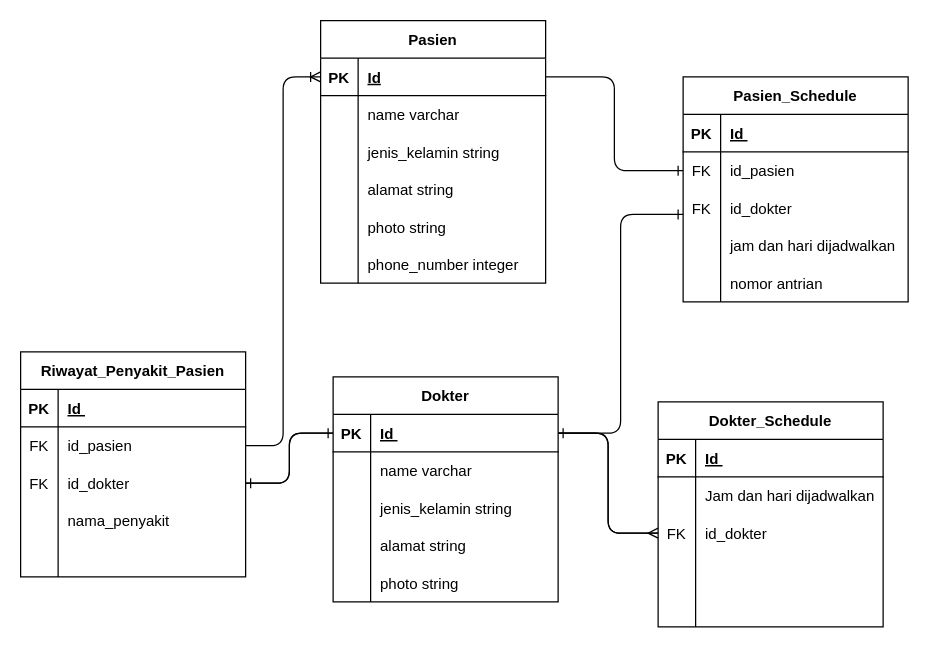
This is schema.drawio from MAG-org/server, a draw.io file, before an edit. Source tidied: cells renumbered, new cells numbered last; positions are measured from the earlier drawing's top-left corner, leaving out a move shared by most shapes. Both pictures are drawn from the tidied source at 125%, with x=0, y=0 at pixel (20, 20).
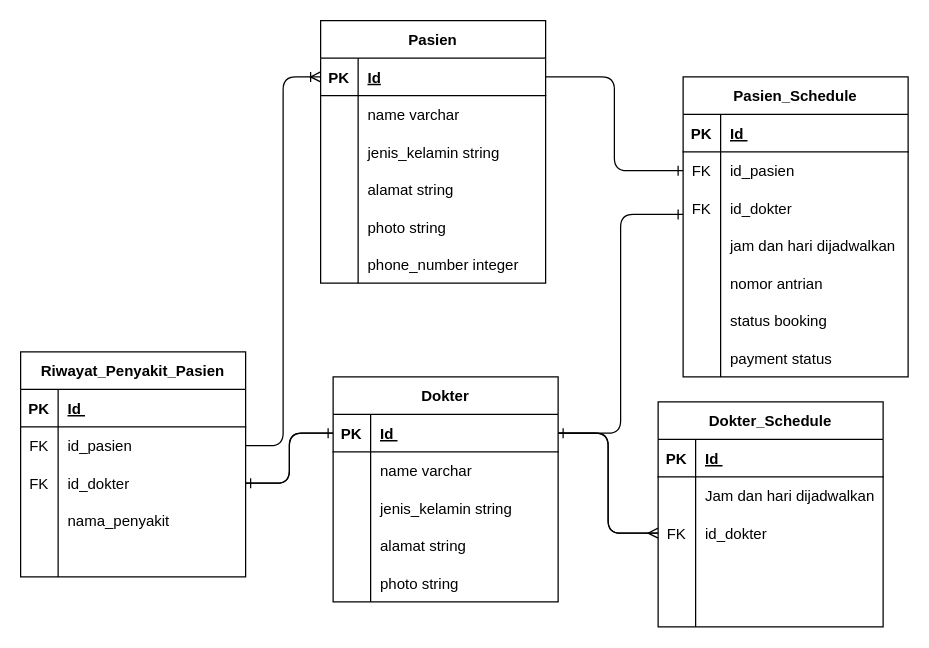
Above is the later version.

Commit message (it also covers changes not shown here):
Flow CMS and Client

Change to the diagram source:
```diff
@@
     <mxCell id="53" value="Pasien_Schedule" style="shape=table;startSize=30;childLayout=tableLayout;rowLines=0;fontStyle=1;align=center;" parent="1" vertex="1">
-      <mxGeometry x="530" y="45" width="180" height="180" as="geometry" />
+      <mxGeometry x="530" y="45" width="180" height="240" as="geometry" />
     </mxCell>
@@
+    <mxCell id="92" style="shape=tableRow;horizontal=0;startSize=0;swimlaneHead=0;swimlaneBody=0;fillColor=none;top=0;left=0;right=0;bottom=0;" parent="53" vertex="1">
+      <mxGeometry y="180" width="180" height="30" as="geometry" />
+    </mxCell>
+    <mxCell id="93" style="shape=partialRectangle;fillColor=none;top=0;left=0;bottom=0;right=0;overflow=hidden;" parent="92" vertex="1">
+      <mxGeometry width="30" height="30" as="geometry" />
+    </mxCell>
+    <mxCell id="94" value="status booking" style="shape=partialRectangle;fillColor=none;top=0;left=0;bottom=0;right=0;align=left;spacingLeft=6;overflow=hidden;" parent="92" vertex="1">
+      <mxGeometry x="30" width="150" height="30" as="geometry" />
+    </mxCell>
+    <mxCell id="95" style="shape=tableRow;horizontal=0;startSize=0;swimlaneHead=0;swimlaneBody=0;fillColor=none;top=0;left=0;right=0;bottom=0;" parent="53" vertex="1">
+      <mxGeometry y="210" width="180" height="30" as="geometry" />
+    </mxCell>
+    <mxCell id="96" style="shape=partialRectangle;fillColor=none;top=0;left=0;bottom=0;right=0;overflow=hidden;" parent="95" vertex="1">
+      <mxGeometry width="30" height="30" as="geometry" />
+    </mxCell>
+    <mxCell id="97" value="payment status" style="shape=partialRectangle;fillColor=none;top=0;left=0;bottom=0;right=0;align=left;spacingLeft=6;overflow=hidden;" parent="95" vertex="1">
+      <mxGeometry x="30" width="150" height="30" as="geometry" />
+    </mxCell>
```
